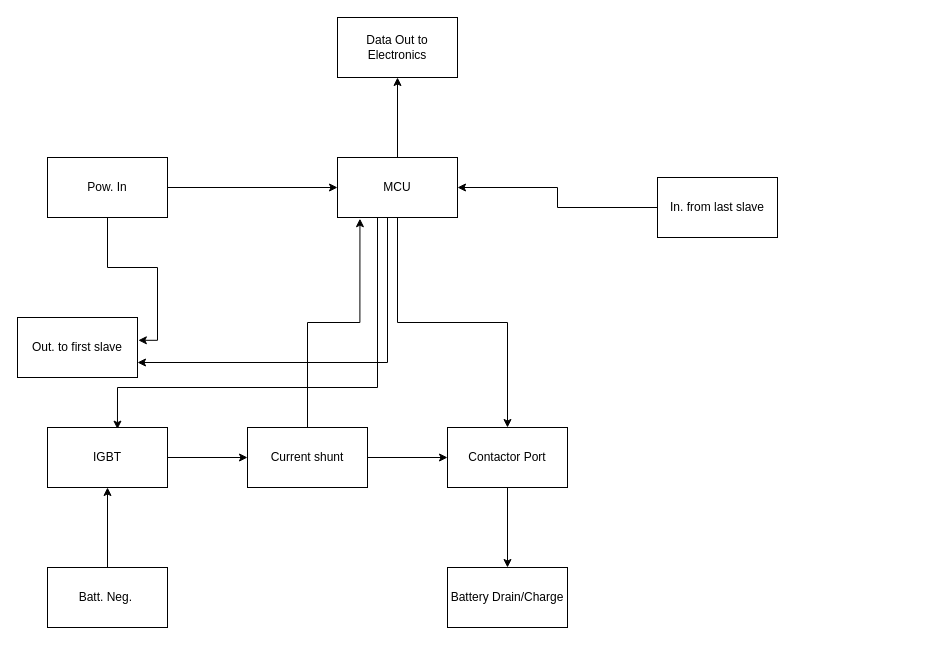
This is Vegapod 24/BMS Master.drawio from sakshamgupta2004/VegapodAll, a draw.io file, before an edit. Source tidied: cells renumbered, new cells numbered last; positions are measured from the earlier drawing's top-left corner, leaving out a move shared by most shapes. Both pictures are drawn from the tidied source at 100%, with x=0, y=0 at pixel (17, 17).
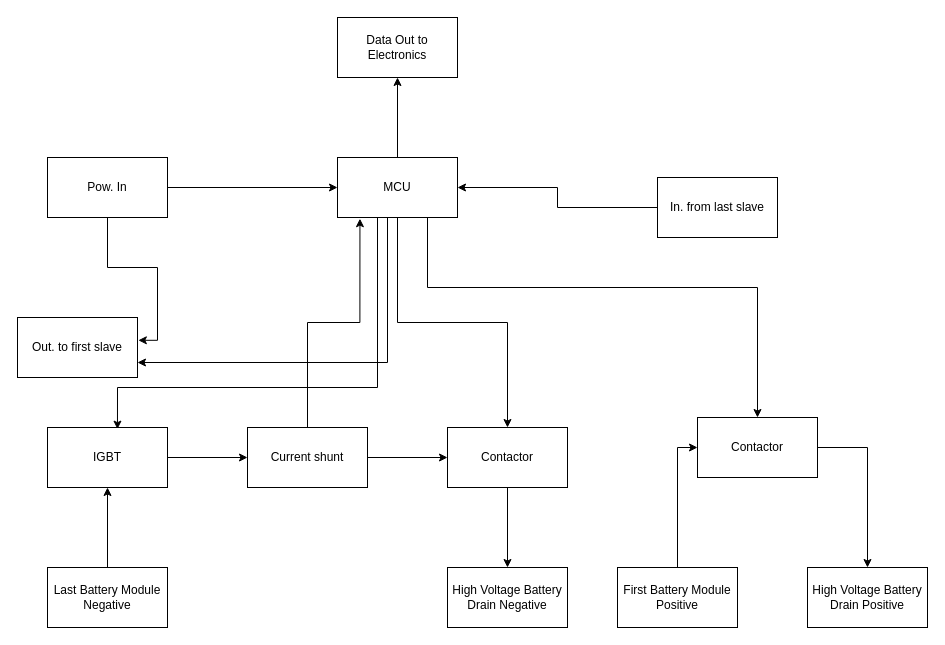
Above is the later version.

The change refers to these unchanged cells:
```xml
<mxCell id="5" value="MCU" style="rounded=0;whiteSpace=wrap;html=1;" parent="1" vertex="1">
  <mxGeometry x="320" y="140" width="120" height="60" as="geometry" />
</mxCell>
```

Diff of the diagram source:
```diff
@@
+    <mxCell id="24" style="edgeStyle=orthogonalEdgeStyle;rounded=0;jettySize=auto;html=1;exitX=0.75;exitY=1;exitDx=0;exitDy=0;" parent="1" edge="1" source="5" target="26">
+      <mxGeometry relative="1" as="geometry">
+        <Array as="points">
+          <mxPoint x="410" y="270" />
+          <mxPoint x="740" y="270" />
+        </Array>
+      </mxGeometry>
+    </mxCell>
@@
-    <mxCell id="14" value="Batt. Neg.&amp;nbsp;" style="rounded=0;whiteSpace=wrap;html=1;" parent="1" vertex="1">
+    <mxCell id="14" value="Last Battery Module Negative" style="rounded=0;whiteSpace=wrap;html=1;" parent="1" vertex="1">
       <mxGeometry x="30" y="550" width="120" height="60" as="geometry" />
     </mxCell>
@@
-    <mxCell id="20" value="Contactor Port" style="rounded=0;whiteSpace=wrap;html=1;" parent="1" vertex="1">
+    <mxCell id="20" value="Contactor" style="rounded=0;whiteSpace=wrap;html=1;" parent="1" vertex="1">
       <mxGeometry x="430" y="410" width="120" height="60" as="geometry" />
     </mxCell>
-    <mxCell id="21" value="Battery Drain/Charge" style="rounded=0;whiteSpace=wrap;html=1;" parent="1" vertex="1">
+    <mxCell id="21" value="High Voltage Battery Drain Negative" style="rounded=0;whiteSpace=wrap;html=1;" parent="1" vertex="1">
       <mxGeometry x="430" y="550" width="120" height="60" as="geometry" />
     </mxCell>
@@
+    <mxCell id="25" style="edgeStyle=orthogonalEdgeStyle;rounded=0;jettySize=auto;html=1;exitX=1;exitY=0.5;exitDx=0;exitDy=0;" parent="1" edge="1" source="26" target="29">
+      <mxGeometry relative="1" as="geometry" />
+    </mxCell>
+    <mxCell id="26" value="Contactor" style="rounded=0;whiteSpace=wrap;html=1;" parent="1" vertex="1">
+      <mxGeometry x="680" y="400" width="120" height="60" as="geometry" />
+    </mxCell>
+    <mxCell id="27" style="edgeStyle=orthogonalEdgeStyle;rounded=0;jettySize=auto;html=1;exitX=0.5;exitY=0;exitDx=0;exitDy=0;entryX=0;entryY=0.5;entryDx=0;entryDy=0;" parent="1" edge="1" source="28" target="26">
+      <mxGeometry relative="1" as="geometry" />
+    </mxCell>
+    <mxCell id="28" value="First Battery Module Positive" style="rounded=0;whiteSpace=wrap;html=1;" parent="1" vertex="1">
+      <mxGeometry x="600" y="550" width="120" height="60" as="geometry" />
+    </mxCell>
+    <mxCell id="29" value="High Voltage Battery Drain Positive" style="rounded=0;whiteSpace=wrap;html=1;" parent="1" vertex="1">
+      <mxGeometry x="790" y="550" width="120" height="60" as="geometry" />
+    </mxCell>
```
